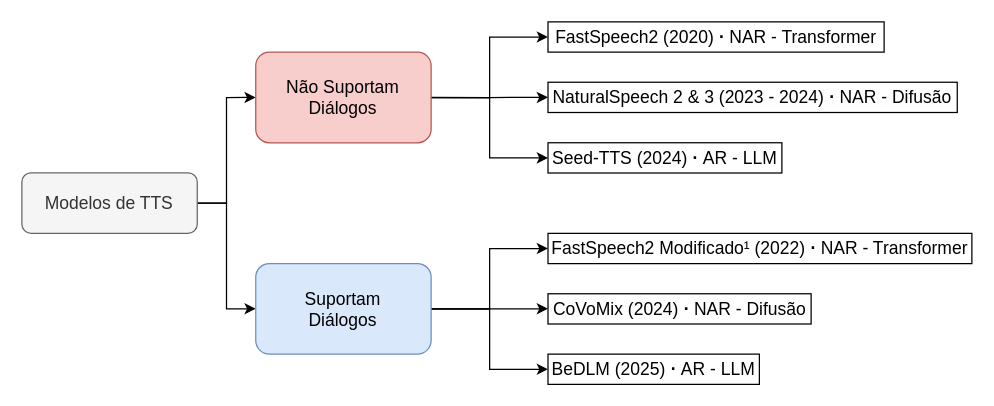
Above: page "TTS Types - Dialogue" (1 of 7) of ConvTTS.drawio in antonioMoreira/my-masters-degree (draw.io), before the change. Source tidied: cells renumbered, new cells numbered last; positions are measured from the earlier drawing's top-left corner, leaving out a move shared by most shapes. Both pictures are drawn from the tidied source at 125%, with x=0, y=0 at pixel (21, 21).
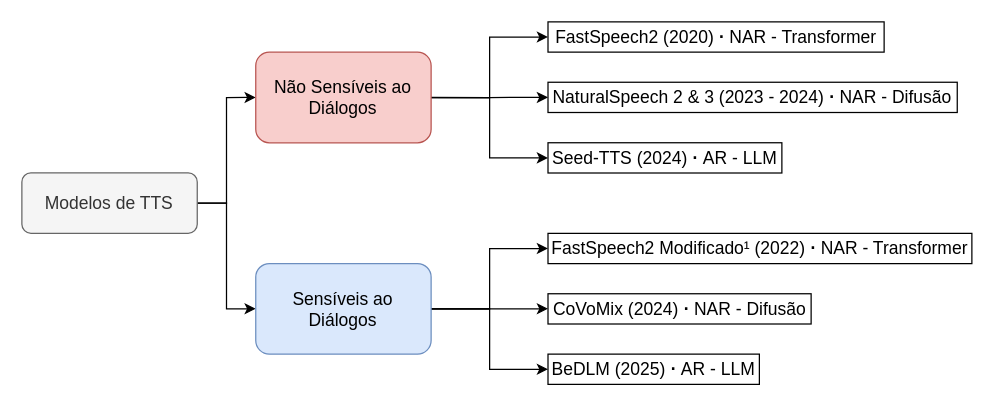
After the change.

Diff of the diagram source:
```diff
@@
 <mxGraphModel>
   <root>
     <mxCell id="0" />
     <mxCell id="1" parent="0" />
     <mxCell id="2" style="edgeStyle=orthogonalEdgeStyle;rounded=0;jettySize=auto;html=1;entryX=0;entryY=0.5;entryDx=0;entryDy=0;" parent="1" edge="1" source="4" target="15">
       <mxGeometry relative="1" as="geometry" />
     </mxCell>
     <mxCell id="3" style="edgeStyle=orthogonalEdgeStyle;rounded=0;jettySize=auto;html=1;entryX=0;entryY=0.5;entryDx=0;entryDy=0;" parent="1" edge="1" source="4" target="8">
       <mxGeometry relative="1" as="geometry" />
     </mxCell>
     <mxCell id="4" value="Modelos de TTS" style="rounded=1;whiteSpace=wrap;html=1;fillColor=#f5f5f5;fontColor=#333333;strokeColor=#666666;fontSize=14;" parent="1" vertex="1">
       <mxGeometry y="120.8" width="140.3" height="48.3" as="geometry" />
     </mxCell>
     <mxCell id="5" style="edgeStyle=orthogonalEdgeStyle;rounded=0;jettySize=auto;html=1;" parent="1" edge="1" source="8" target="11">
       <mxGeometry relative="1" as="geometry" />
     </mxCell>
     <mxCell id="6" style="edgeStyle=orthogonalEdgeStyle;rounded=0;jettySize=auto;html=1;exitX=1;exitY=0.5;exitDx=0;exitDy=0;" parent="1" edge="1" source="8" target="10">
       <mxGeometry relative="1" as="geometry" />
     </mxCell>
     <mxCell id="7" style="edgeStyle=orthogonalEdgeStyle;rounded=0;jettySize=auto;html=1;" parent="1" edge="1" source="8" target="9">
       <mxGeometry relative="1" as="geometry" />
     </mxCell>
-    <mxCell id="8" value="Não Suportam&lt;div&gt;Diálogos&lt;/div&gt;" style="rounded=1;whiteSpace=wrap;html=1;fillColor=#f8cecc;strokeColor=#b85450;fontSize=14;" parent="1" vertex="1">
+    <mxCell id="8" value="Não Sensíveis ao&lt;div&gt;Diálogos&lt;/div&gt;" style="rounded=1;whiteSpace=wrap;html=1;fillColor=#f8cecc;strokeColor=#b85450;fontSize=14;" parent="1" vertex="1">
       <mxGeometry x="187.1" y="24.2" width="140.3" height="72.5" as="geometry" />
     </mxCell>
     <mxCell id="9" value="FastSpeech2 (2020) &lt;b&gt;·&lt;/b&gt; NAR - Transformer" style="rounded=0;whiteSpace=wrap;html=1;fontSize=14;" parent="1" vertex="1">
       <mxGeometry x="420.9" width="268.9" height="24.2" as="geometry" />
     </mxCell>
     <mxCell id="10" value="NaturalSpeech 2 &amp;amp; 3 (2023 - 2024)&amp;nbsp;&lt;b&gt;·&lt;/b&gt;&amp;nbsp;&lt;span style=&quot;background-color: transparent; color: light-dark(rgb(0, 0, 0), rgb(255, 255, 255));&quot;&gt;NAR - Difusão&lt;/span&gt;" style="rounded=0;whiteSpace=wrap;html=1;fontSize=14;" parent="1" vertex="1">
       <mxGeometry x="420.9" y="48.3" width="327.4" height="24.2" as="geometry" />
     </mxCell>
     <mxCell id="11" value="Seed-TTS (2024)&amp;nbsp;&lt;b&gt;·&lt;/b&gt;&amp;nbsp;&lt;span style=&quot;background-color: transparent; color: light-dark(rgb(0, 0, 0), rgb(255, 255, 255));&quot;&gt;AR - LLM&lt;/span&gt;" style="rounded=0;whiteSpace=wrap;html=1;fontSize=14;" parent="1" vertex="1">
       <mxGeometry x="420.9" y="96.7" width="187.1" height="24.2" as="geometry" />
     </mxCell>
     <mxCell id="12" style="edgeStyle=orthogonalEdgeStyle;rounded=0;jettySize=auto;html=1;" parent="1" edge="1" source="15" target="18">
       <mxGeometry relative="1" as="geometry" />
     </mxCell>
     <mxCell id="13" style="edgeStyle=orthogonalEdgeStyle;rounded=0;jettySize=auto;html=1;exitX=1;exitY=0.5;exitDx=0;exitDy=0;" parent="1" edge="1" source="15" target="17">
       <mxGeometry relative="1" as="geometry" />
     </mxCell>
     <mxCell id="14" style="edgeStyle=orthogonalEdgeStyle;rounded=0;jettySize=auto;html=1;" parent="1" edge="1" source="15" target="16">
       <mxGeometry relative="1" as="geometry" />
     </mxCell>
-    <mxCell id="15" value="Suportam&lt;div&gt;Diálogos&lt;/div&gt;" style="rounded=1;whiteSpace=wrap;html=1;fillColor=#dae8fc;strokeColor=#6c8ebf;fontSize=14;" parent="1" vertex="1">
+    <mxCell id="15" value="&lt;div&gt;Sensíveis ao&lt;br&gt;Diálogos&lt;/div&gt;" style="rounded=1;whiteSpace=wrap;html=1;fillColor=#dae8fc;strokeColor=#6c8ebf;fontSize=14;" parent="1" vertex="1">
       <mxGeometry x="187.1" y="193.3" width="140.3" height="72.5" as="geometry" />
     </mxCell>
     <mxCell id="16" value="FastSpeech2 Modificado¹ (2022)&amp;nbsp;&lt;b&gt;·&lt;/b&gt;&amp;nbsp;NAR - Transformer" style="rounded=0;whiteSpace=wrap;html=1;fontSize=14;" parent="1" vertex="1">
       <mxGeometry x="420.9" y="169.2" width="339.1" height="24.2" as="geometry" />
     </mxCell>
     <mxCell id="17" value="CoVoMix (2024)&amp;nbsp;&lt;b&gt;·&lt;/b&gt;&amp;nbsp;&lt;span style=&quot;background-color: transparent; color: light-dark(rgb(0, 0, 0), rgb(255, 255, 255));&quot;&gt;NAR - Difusão&lt;/span&gt;" style="rounded=0;whiteSpace=wrap;html=1;fontSize=14;" parent="1" vertex="1">
       <mxGeometry x="420.9" y="217.5" width="210.5" height="24.2" as="geometry" />
     </mxCell>
     <mxCell id="18" value="BeDLM (2025)&amp;nbsp;&lt;b&gt;·&lt;/b&gt;&amp;nbsp;&lt;span style=&quot;background-color: transparent; color: light-dark(rgb(0, 0, 0), rgb(255, 255, 255));&quot;&gt;AR - LLM&lt;/span&gt;" style="rounded=0;whiteSpace=wrap;html=1;fontSize=14;" parent="1" vertex="1">
       <mxGeometry x="420.9" y="265.8" width="169.1" height="24.2" as="geometry" />
     </mxCell>
   </root>
 </mxGraphModel>
```
